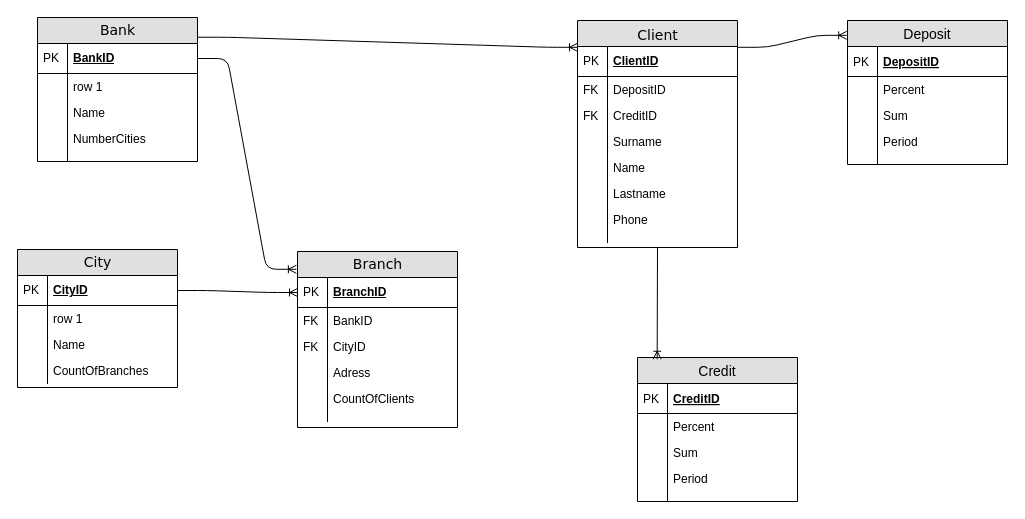
Before: Untitled Diagram.drawio in duxa2089/entity-relationship-model, a draw.io diagram. Source tidied: cells renumbered, new cells numbered last; positions are measured from the earlier drawing's top-left corner, leaving out a move shared by most shapes. Both pictures are drawn from the tidied source at 100%, with x=0, y=0 at pixel (17, 17).
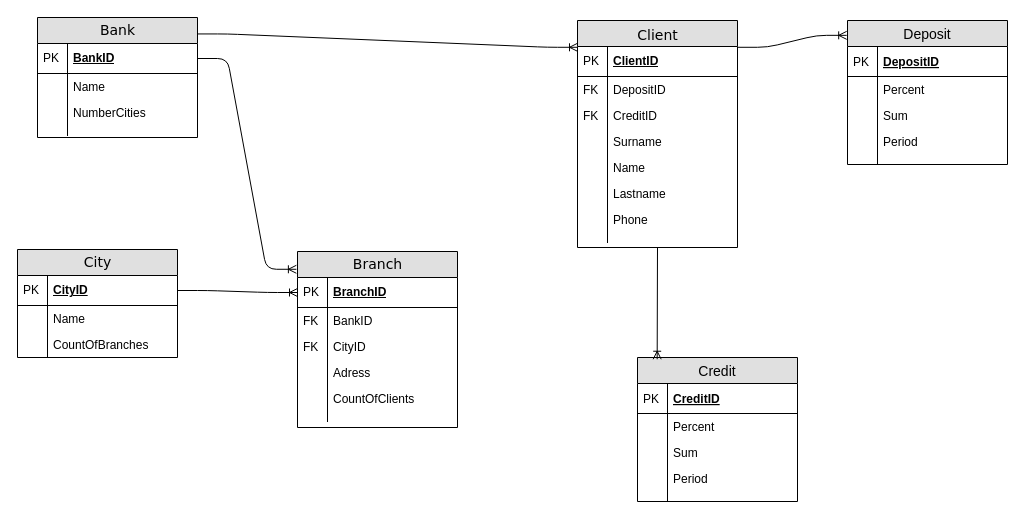
The same page after the edit.

The edit, as a diff of the source:
```diff
@@
     <mxCell id="19" value="Bank" style="swimlane;html=1;fontStyle=0;horizontal=1;startSize=26;fillColor=#e0e0e0;swimlaneFillColor=#ffffff;align=center;rounded=0;shadow=0;comic=0;labelBackgroundColor=none;strokeColor=#000000;strokeWidth=1;fontFamily=Verdana;fontSize=14;fontColor=#000000;" parent="1" vertex="1">
-      <mxGeometry x="20" width="160" height="144" as="geometry" />
+      <mxGeometry x="20" width="160" height="120" as="geometry" />
     </mxCell>
@@
-    <mxCell id="22" value="row 1" style="shape=partialRectangle;top=0;left=0;right=0;bottom=0;html=1;align=left;verticalAlign=top;fillColor=none;spacingLeft=34;spacingRight=4;whiteSpace=wrap;overflow=hidden;" parent="19" vertex="1">
-      <mxGeometry y="56" width="160" height="26" as="geometry" />
-    </mxCell>
-    <mxCell id="23" style="shape=partialRectangle;top=0;left=0;bottom=0;html=1;fillColor=none;align=left;verticalAlign=top;spacingLeft=4;spacingRight=4;whiteSpace=wrap;overflow=hidden;" parent="22" vertex="1">
-      <mxGeometry width="30" height="26" as="geometry" />
-    </mxCell>
     <mxCell id="24" value="Name" style="shape=partialRectangle;top=0;left=0;right=0;bottom=0;html=1;align=left;verticalAlign=top;fillColor=none;spacingLeft=34;spacingRight=4;whiteSpace=wrap;overflow=hidden;" parent="19" vertex="1">
-      <mxGeometry y="82" width="160" height="26" as="geometry" />
+      <mxGeometry y="56" width="160" height="26" as="geometry" />
     </mxCell>
@@
     <mxCell id="26" value="NumberCities" style="shape=partialRectangle;top=0;left=0;right=0;bottom=0;html=1;align=left;verticalAlign=top;fillColor=none;spacingLeft=34;spacingRight=4;whiteSpace=wrap;overflow=hidden;" parent="19" vertex="1">
-      <mxGeometry y="108" width="160" height="26" as="geometry" />
+      <mxGeometry y="82" width="160" height="26" as="geometry" />
     </mxCell>
@@
     <mxCell id="28" style="shape=partialRectangle;top=0;left=0;right=0;bottom=0;html=1;align=left;verticalAlign=top;fillColor=none;spacingLeft=34;spacingRight=4;whiteSpace=wrap;overflow=hidden;" parent="19" vertex="1">
-      <mxGeometry y="134" width="160" height="10" as="geometry" />
+      <mxGeometry y="108" width="160" height="10" as="geometry" />
     </mxCell>
@@
     <mxCell id="43" value="City" style="swimlane;html=1;fontStyle=0;horizontal=1;startSize=26;fillColor=#e0e0e0;swimlaneFillColor=#ffffff;align=center;rounded=0;shadow=0;comic=0;labelBackgroundColor=none;strokeColor=#000000;strokeWidth=1;fontFamily=Verdana;fontSize=14;fontColor=#000000;" parent="1" vertex="1">
-      <mxGeometry y="232" width="160" height="138" as="geometry" />
+      <mxGeometry y="232" width="160" height="108" as="geometry" />
     </mxCell>
@@
-    <mxCell id="46" value="row 1" style="shape=partialRectangle;top=0;left=0;right=0;bottom=0;html=1;align=left;verticalAlign=top;fillColor=none;spacingLeft=34;spacingRight=4;whiteSpace=wrap;overflow=hidden;" parent="43" vertex="1">
-      <mxGeometry y="56" width="160" height="26" as="geometry" />
-    </mxCell>
-    <mxCell id="47" style="shape=partialRectangle;top=0;left=0;bottom=0;html=1;fillColor=none;align=left;verticalAlign=top;spacingLeft=4;spacingRight=4;whiteSpace=wrap;overflow=hidden;" parent="46" vertex="1">
-      <mxGeometry width="30" height="26" as="geometry" />
-    </mxCell>
     <mxCell id="48" value="Name" style="shape=partialRectangle;top=0;left=0;right=0;bottom=0;html=1;align=left;verticalAlign=top;fillColor=none;spacingLeft=34;spacingRight=4;whiteSpace=wrap;overflow=hidden;" parent="43" vertex="1">
-      <mxGeometry y="82" width="160" height="26" as="geometry" />
+      <mxGeometry y="56" width="160" height="26" as="geometry" />
     </mxCell>
@@
     <mxCell id="50" value="CountOfBranches" style="shape=partialRectangle;top=0;left=0;right=0;bottom=0;html=1;align=left;verticalAlign=top;fillColor=none;spacingLeft=34;spacingRight=4;whiteSpace=wrap;overflow=hidden;" parent="43" vertex="1">
-      <mxGeometry y="108" width="160" height="26" as="geometry" />
+      <mxGeometry y="82" width="160" height="26" as="geometry" />
     </mxCell>
```
